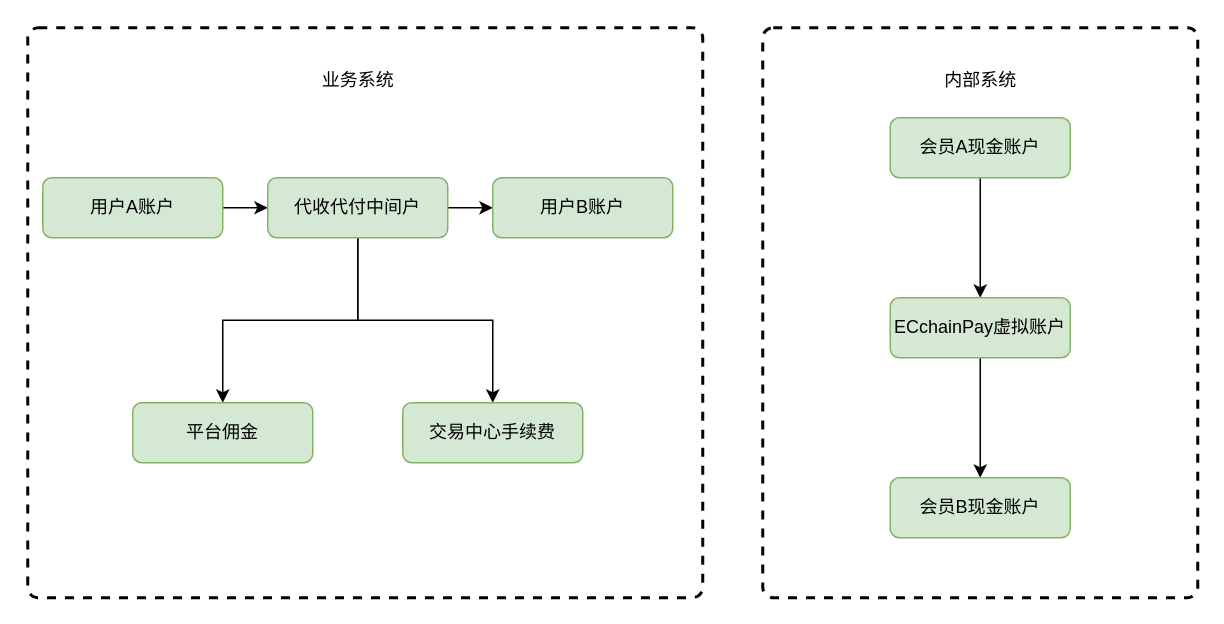
Above: 直接支付.drawio in xiaoxijin/pay (draw.io), before the change. Source tidied: cells renumbered, new cells numbered last; positions are measured from the earlier drawing's top-left corner, leaving out a move shared by most shapes. Both pictures are drawn from the tidied source at 150%, with x=0, y=0 at pixel (27, 27).
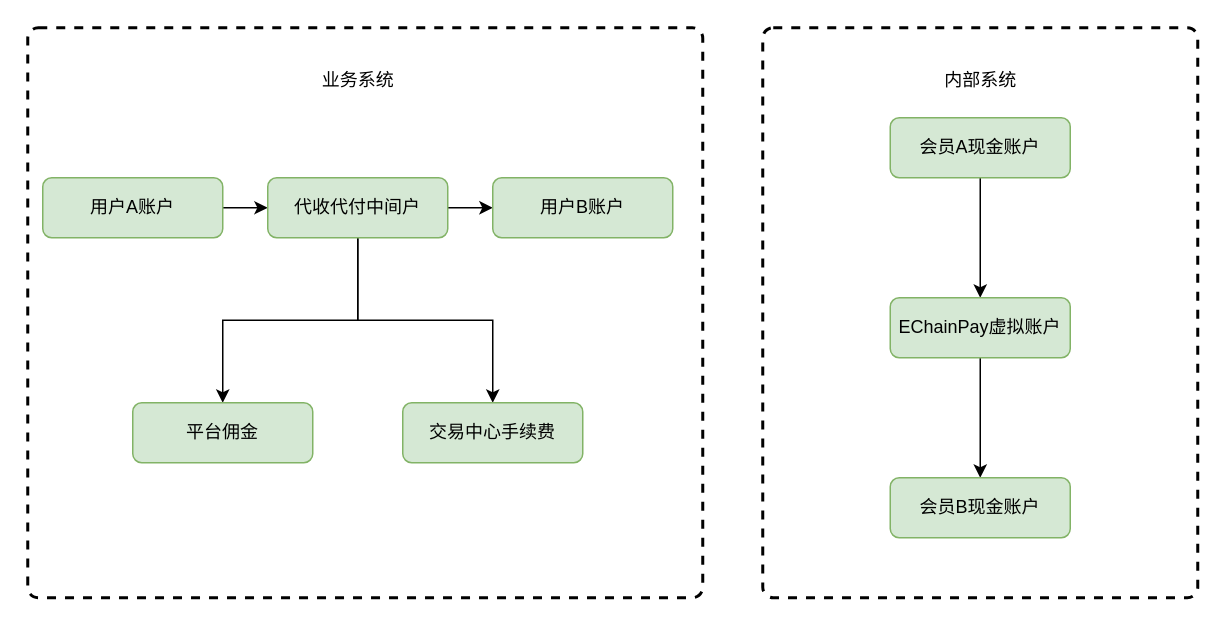
The same page after the edit.

Commit message (it also covers changes not shown here):
完善流程图

The edit, as a diff of the source:
```diff
@@
 <mxGraphModel>
   <root>
     <mxCell id="0" />
     <mxCell id="1" parent="0" />
     <mxCell id="2" style="rounded=1;whiteSpace=wrap;html=1;absoluteArcSize=1;arcSize=14;strokeWidth=2;dashed=1;" parent="1" vertex="1">
       <mxGeometry width="450" height="380" as="geometry" />
     </mxCell>
     <mxCell id="3" style="edgeStyle=orthogonalEdgeStyle;rounded=0;jettySize=auto;html=1;" parent="1" edge="1" source="4" target="8">
       <mxGeometry relative="1" as="geometry" />
     </mxCell>
     <mxCell id="4" value="用户A账户" style="rounded=1;whiteSpace=wrap;html=1;fontSize=12;glass=0;strokeWidth=1;shadow=0;fillColor=#d5e8d4;strokeColor=#82b366;" parent="1" vertex="1">
       <mxGeometry x="10" y="100" width="120" height="40" as="geometry" />
     </mxCell>
     <mxCell id="5" style="edgeStyle=orthogonalEdgeStyle;rounded=0;jettySize=auto;html=1;" parent="1" edge="1" source="8" target="11">
       <mxGeometry relative="1" as="geometry" />
     </mxCell>
     <mxCell id="6" style="edgeStyle=orthogonalEdgeStyle;rounded=0;jettySize=auto;html=1;exitX=0.5;exitY=1;exitDx=0;exitDy=0;" parent="1" edge="1" source="8" target="10">
       <mxGeometry relative="1" as="geometry" />
     </mxCell>
     <mxCell id="7" style="edgeStyle=orthogonalEdgeStyle;rounded=0;jettySize=auto;html=1;exitX=0.5;exitY=1;exitDx=0;exitDy=0;" parent="1" edge="1" source="8" target="9">
       <mxGeometry relative="1" as="geometry" />
     </mxCell>
     <mxCell id="8" value="代收代付中间户" style="rounded=1;whiteSpace=wrap;html=1;fontSize=12;glass=0;strokeWidth=1;shadow=0;fillColor=#d5e8d4;strokeColor=#82b366;" parent="1" vertex="1">
       <mxGeometry x="160" y="100" width="120" height="40" as="geometry" />
     </mxCell>
     <mxCell id="9" value="交易中心手续费" style="rounded=1;whiteSpace=wrap;html=1;fontSize=12;glass=0;strokeWidth=1;shadow=0;fillColor=#d5e8d4;strokeColor=#82b366;" parent="1" vertex="1">
       <mxGeometry x="250" y="250" width="120" height="40" as="geometry" />
     </mxCell>
     <mxCell id="10" value="平台佣金" style="rounded=1;whiteSpace=wrap;html=1;fontSize=12;glass=0;strokeWidth=1;shadow=0;fillColor=#d5e8d4;strokeColor=#82b366;" parent="1" vertex="1">
       <mxGeometry x="70" y="250" width="120" height="40" as="geometry" />
     </mxCell>
     <mxCell id="11" value="用户B账户" style="rounded=1;whiteSpace=wrap;html=1;fontSize=12;glass=0;strokeWidth=1;shadow=0;fillColor=#d5e8d4;strokeColor=#82b366;" parent="1" vertex="1">
       <mxGeometry x="310" y="100" width="120" height="40" as="geometry" />
     </mxCell>
     <mxCell id="12" style="rounded=1;whiteSpace=wrap;html=1;absoluteArcSize=1;arcSize=14;strokeWidth=2;dashed=1;" parent="1" vertex="1">
       <mxGeometry x="490" width="290" height="380" as="geometry" />
     </mxCell>
     <mxCell id="13" value="业务系统" style="text;html=1;align=center;verticalAlign=middle;" parent="1" vertex="1">
       <mxGeometry x="190" y="25" width="60" height="20" as="geometry" />
     </mxCell>
     <mxCell id="14" value="内部系统" style="text;html=1;align=center;verticalAlign=middle;" parent="1" vertex="1">
       <mxGeometry x="605" y="25" width="60" height="20" as="geometry" />
     </mxCell>
     <mxCell id="15" style="edgeStyle=orthogonalEdgeStyle;rounded=0;jettySize=auto;html=1;" parent="1" edge="1" source="16" target="18">
       <mxGeometry relative="1" as="geometry" />
     </mxCell>
     <mxCell id="16" value="会员A现金账户" style="rounded=1;whiteSpace=wrap;html=1;fontSize=12;glass=0;strokeWidth=1;shadow=0;fillColor=#d5e8d4;strokeColor=#82b366;" parent="1" vertex="1">
       <mxGeometry x="575" y="60" width="120" height="40" as="geometry" />
     </mxCell>
     <mxCell id="17" style="edgeStyle=orthogonalEdgeStyle;rounded=0;jettySize=auto;html=1;" parent="1" edge="1" source="18" target="19">
       <mxGeometry relative="1" as="geometry" />
     </mxCell>
-    <mxCell id="18" value="ECchainPay虚拟账户" style="rounded=1;whiteSpace=wrap;html=1;fontSize=12;glass=0;strokeWidth=1;shadow=0;fillColor=#d5e8d4;strokeColor=#82b366;" parent="1" vertex="1">
+    <mxCell id="18" value="EChainPay虚拟账户" style="rounded=1;whiteSpace=wrap;html=1;fontSize=12;glass=0;strokeWidth=1;shadow=0;fillColor=#d5e8d4;strokeColor=#82b366;" parent="1" vertex="1">
       <mxGeometry x="575" y="180" width="120" height="40" as="geometry" />
     </mxCell>
     <mxCell id="19" value="会员B现金账户" style="rounded=1;whiteSpace=wrap;html=1;fontSize=12;glass=0;strokeWidth=1;shadow=0;fillColor=#d5e8d4;strokeColor=#82b366;" parent="1" vertex="1">
       <mxGeometry x="575" y="300" width="120" height="40" as="geometry" />
     </mxCell>
   </root>
 </mxGraphModel>
```
